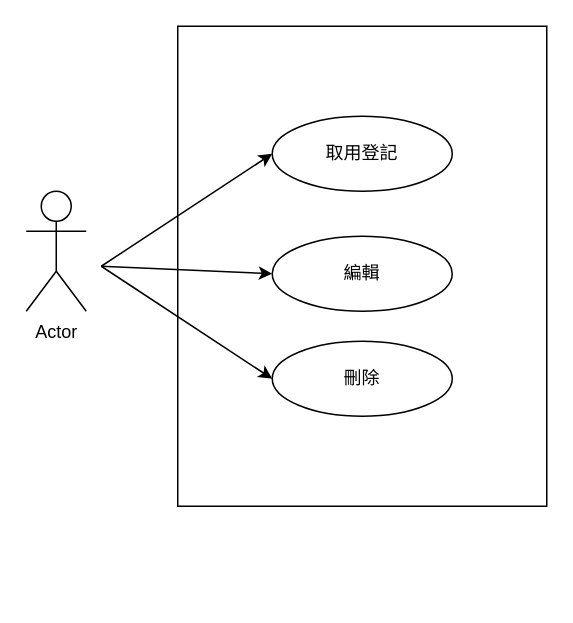
The draw.io diagram images/未命名圖表.drawio in merosun/windows, before the edit. Source tidied: cells renumbered, new cells numbered last; positions are measured from the earlier drawing's top-left corner, leaving out a move shared by most shapes. Both pictures are drawn from the tidied source at 150%, with x=0, y=0 at pixel (26, 26).
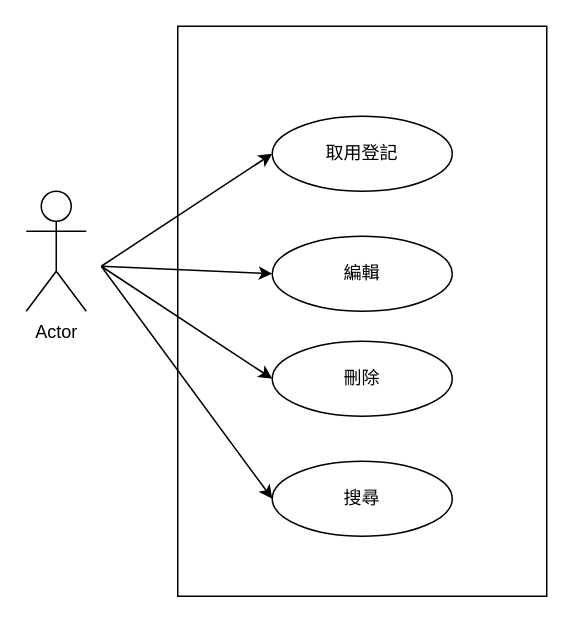
After the change.

Commit message (it also covers changes not shown here):
更新未命名圖表.drawio

Change to the diagram source:
```diff
@@
 <mxGraphModel>
   <root>
     <mxCell id="0" />
     <mxCell id="1" parent="0" />
     <mxCell id="2" style="verticalLabelPosition=bottom;verticalAlign=top;html=1;shape=mxgraph.basic.rect;fillColor2=none;strokeWidth=1;size=20;indent=5;" parent="1" vertex="1">
-      <mxGeometry x="101" width="246" height="320" as="geometry" />
+      <mxGeometry x="101" width="246" height="380" as="geometry" />
     </mxCell>
     <mxCell id="3" value="Actor" style="shape=umlActor;verticalLabelPosition=bottom;verticalAlign=top;html=1;" parent="1" vertex="1">
       <mxGeometry y="110" width="40" height="80" as="geometry" />
     </mxCell>
     <mxCell id="4" value="取用登記" style="ellipse;whiteSpace=wrap;html=1;" parent="1" vertex="1">
       <mxGeometry x="164" y="60" width="120" height="50" as="geometry" />
     </mxCell>
     <mxCell id="5" value="編輯" style="ellipse;whiteSpace=wrap;html=1;" parent="1" vertex="1">
       <mxGeometry x="164" y="140" width="120" height="50" as="geometry" />
     </mxCell>
-    <mxCell id="6" value="刪除" style="ellipse;whiteSpace=wrap;html=1;" parent="1" vertex="1">
-      <mxGeometry x="164" y="210" width="120" height="50" as="geometry" />
+    <mxCell id="6" value="搜尋" style="ellipse;whiteSpace=wrap;html=1;" parent="1" vertex="1">
+      <mxGeometry x="164" y="290" width="120" height="50" as="geometry" />
     </mxCell>
     <mxCell id="7" style="endArrow=classic;html=1;rounded=0;entryX=0;entryY=0.5;entryDx=0;entryDy=0;" parent="1" edge="1" target="4">
       <mxGeometry relative="1" as="geometry">
         <mxPoint x="50" y="160" as="sourcePoint" />
       </mxGeometry>
     </mxCell>
     <mxCell id="8" style="endArrow=classic;html=1;rounded=0;entryX=0;entryY=0.5;entryDx=0;entryDy=0;" parent="1" edge="1" target="5">
       <mxGeometry relative="1" as="geometry">
         <mxPoint x="50" y="160" as="sourcePoint" />
       </mxGeometry>
     </mxCell>
     <mxCell id="9" style="endArrow=classic;html=1;rounded=0;entryX=0;entryY=0.5;entryDx=0;entryDy=0;" parent="1" edge="1" target="6">
       <mxGeometry relative="1" as="geometry">
         <mxPoint x="50" y="160" as="sourcePoint" />
       </mxGeometry>
     </mxCell>
+    <mxCell id="10" value="刪除" style="ellipse;whiteSpace=wrap;html=1;" parent="1" vertex="1">
+      <mxGeometry x="164" y="210" width="120" height="50" as="geometry" />
+    </mxCell>
+    <mxCell id="11" style="endArrow=classic;html=1;rounded=0;entryX=0;entryY=0.5;entryDx=0;entryDy=0;" parent="1" edge="1" target="10">
+      <mxGeometry relative="1" as="geometry">
+        <mxPoint x="50" y="160" as="sourcePoint" />
+      </mxGeometry>
+    </mxCell>
   </root>
 </mxGraphModel>
```
